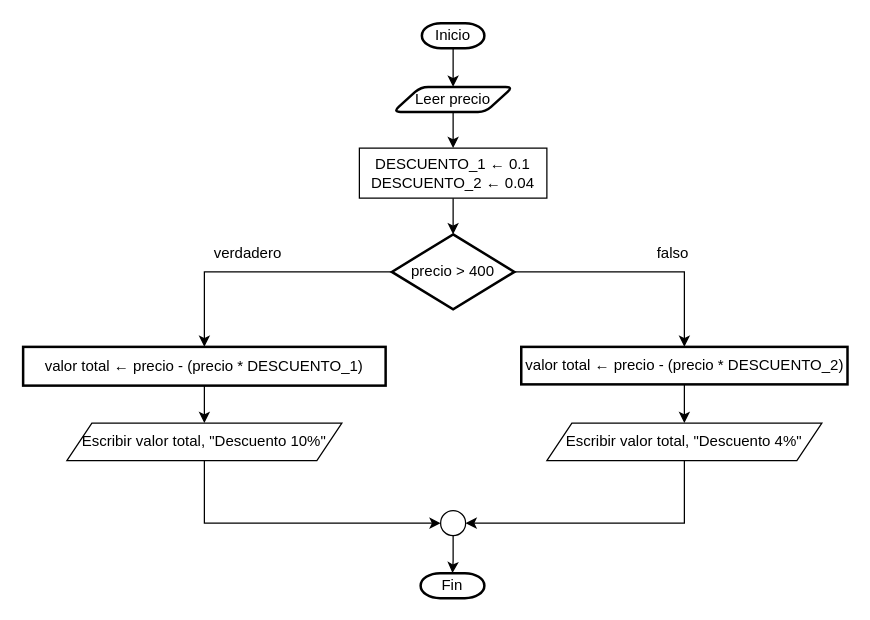
Earlier version of the draw.io diagram page "Page-1" (1 of 4) of Untitled Diagram.drawio (ShanderGonzalez/Diagrama-de-flujo). Source tidied: cells renumbered, new cells numbered last; positions are measured from the earlier drawing's top-left corner, leaving out a move shared by most shapes. Both pictures are drawn from the tidied source at 125%, with x=0, y=0 at pixel (22, 22).
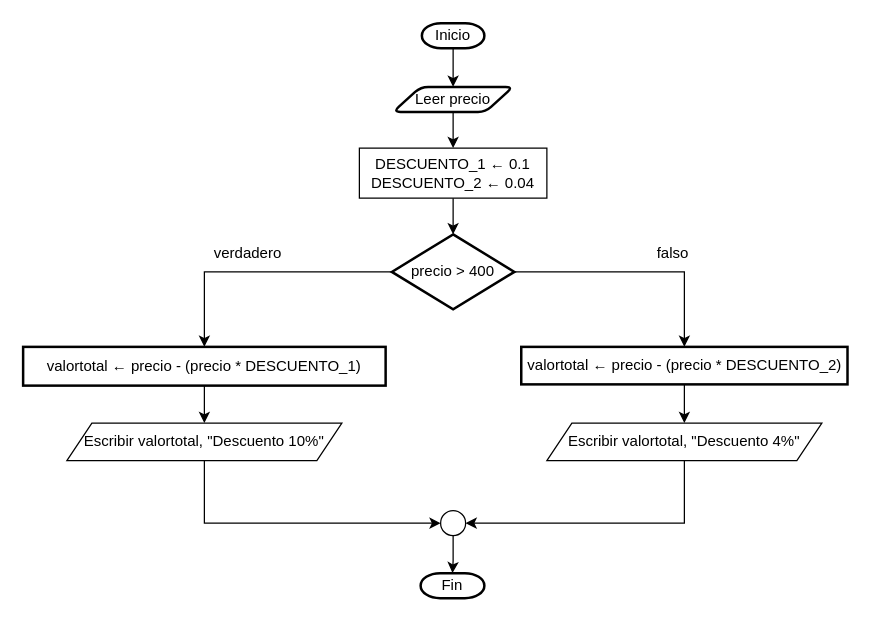
The same page after the edit.

Diff of the diagram source:
```diff
@@
-    <mxCell id="12" value="&lt;span style=&quot;font-family: &amp;#34;helvetica&amp;#34;&quot;&gt;valor total ← precio - (precio * DESCUENTO_2)&lt;/span&gt;" style="whiteSpace=wrap;html=1;strokeWidth=2;" parent="1" vertex="1">
+    <mxCell id="12" value="&lt;span style=&quot;font-family: &amp;#34;helvetica&amp;#34;&quot;&gt;valortotal ← precio - (precio * DESCUENTO_2)&lt;/span&gt;" style="whiteSpace=wrap;html=1;strokeWidth=2;" parent="1" vertex="1">
       <mxGeometry x="398.5" y="259" width="261" height="30" as="geometry" />
     </mxCell>
@@
-    <mxCell id="14" value="&lt;span style=&quot;font-family: &amp;#34;helvetica&amp;#34;&quot;&gt;valor total ← precio - (precio * DESCUENTO_1)&lt;/span&gt;" style="whiteSpace=wrap;html=1;strokeWidth=2;" parent="1" vertex="1">
+    <mxCell id="14" value="&lt;span style=&quot;font-family: &amp;#34;helvetica&amp;#34;&quot;&gt;valortotal ← precio - (precio * DESCUENTO_1)&lt;/span&gt;" style="whiteSpace=wrap;html=1;strokeWidth=2;" parent="1" vertex="1">
       <mxGeometry y="259" width="290" height="31" as="geometry" />
     </mxCell>
@@
-    <mxCell id="16" value="Escribir valor total, &quot;Descuento 10%&quot;" style="shape=parallelogram;perimeter=parallelogramPerimeter;whiteSpace=wrap;html=1;fixedSize=1;" parent="1" vertex="1">
+    <mxCell id="16" value="Escribir valortotal, &quot;Descuento 10%&quot;" style="shape=parallelogram;perimeter=parallelogramPerimeter;whiteSpace=wrap;html=1;fixedSize=1;" parent="1" vertex="1">
       <mxGeometry x="35" y="320" width="220" height="30" as="geometry" />
     </mxCell>
@@
-    <mxCell id="20" value="Escribir valor total, &quot;Descuento 4%&quot;" style="shape=parallelogram;perimeter=parallelogramPerimeter;whiteSpace=wrap;html=1;fixedSize=1;" parent="1" vertex="1">
+    <mxCell id="20" value="Escribir valortotal, &quot;Descuento 4%&quot;" style="shape=parallelogram;perimeter=parallelogramPerimeter;whiteSpace=wrap;html=1;fixedSize=1;" parent="1" vertex="1">
       <mxGeometry x="419" y="320" width="220" height="30" as="geometry" />
     </mxCell>
```
